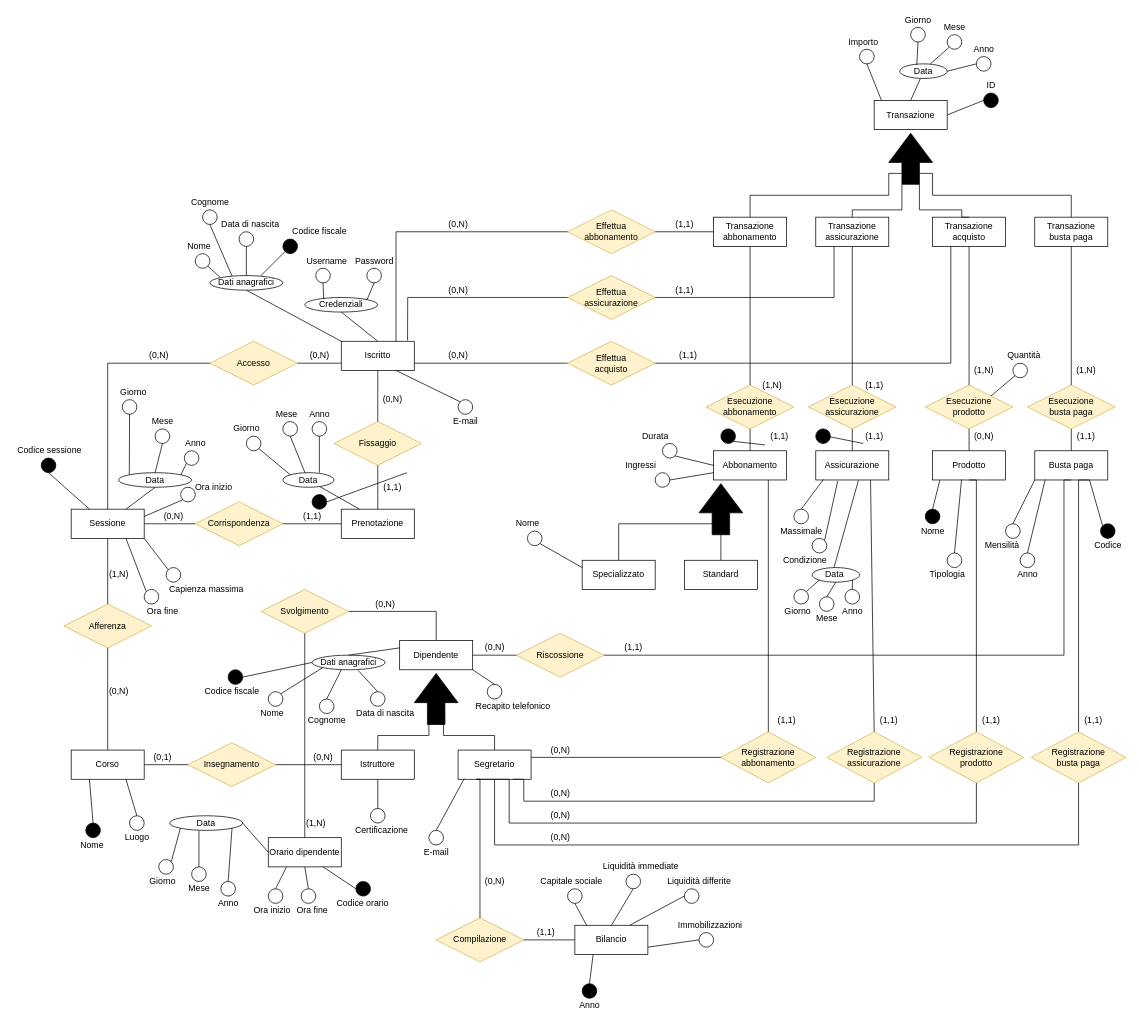
Above: Diagrammi ER/ER.drawio in DavideNunin/anconarockclimb (draw.io), before the change. Source tidied: cells renumbered, new cells numbered last; positions are measured from the earlier drawing's top-left corner, leaving out a move shared by most shapes. Both pictures are drawn from the tidied source at 73%, with x=0, y=0 at pixel (12, 12).
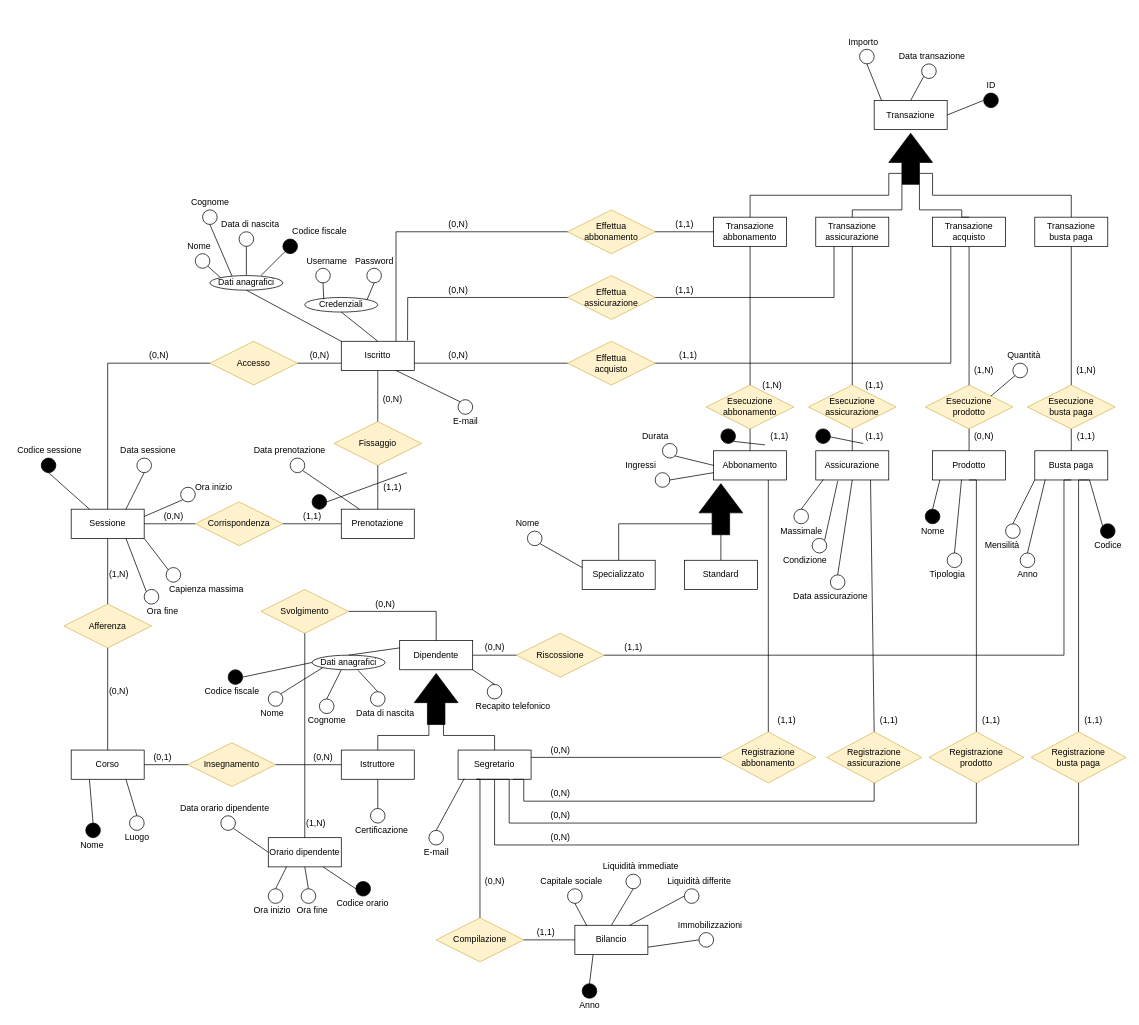
The same diagram, later.

The change refers to these unchanged cells:
```xml
<mxCell id="9" value="Sessione" style="whiteSpace=wrap;html=1;align=center;" parent="1" vertex="1">
  <mxGeometry x="80" y="680" width="100" height="40" as="geometry" />
</mxCell>
<mxCell id="14" value="Prenotazione" style="whiteSpace=wrap;html=1;align=center;" parent="1" vertex="1">
  <mxGeometry x="450" y="680" width="100" height="40" as="geometry" />
</mxCell>
<mxCell id="22" value="Transazione" style="whiteSpace=wrap;html=1;align=center;" parent="1" vertex="1">
  <mxGeometry x="1180" y="120" width="100" height="40" as="geometry" />
</mxCell>
<mxCell id="35" value="Assicurazione" style="whiteSpace=wrap;html=1;align=center;" parent="1" vertex="1">
  <mxGeometry x="1100" y="600" width="100" height="40" as="geometry" />
</mxCell>
<mxCell id="67" value="Orario dipendente" style="whiteSpace=wrap;html=1;align=center;" parent="1" vertex="1">
  <mxGeometry x="350" y="1130" width="100" height="40" as="geometry" />
</mxCell>
```

Change to the diagram source:
```diff
@@
-    <mxCell id="93" style="ellipse;whiteSpace=wrap;html=1;glass=0;" parent="1" vertex="1">
-      <mxGeometry x="150" y="530" width="20" height="20" as="geometry" />
-    </mxCell>
@@
-    <mxCell id="100" value="Giorno" style="text;html=1;align=center;verticalAlign=middle;strokeColor=none;fillColor=none;" parent="1" vertex="1">
-      <mxGeometry x="140" y="510" width="50" height="20" as="geometry" />
-    </mxCell>
@@
-    <mxCell id="103" style="ellipse;whiteSpace=wrap;html=1;glass=0;" parent="1" vertex="1">
-      <mxGeometry x="235" y="600" width="20" height="20" as="geometry" />
-    </mxCell>
     <mxCell id="104" style="ellipse;whiteSpace=wrap;html=1;glass=0;" parent="1" vertex="1">
-      <mxGeometry x="195" y="570" width="20" height="20" as="geometry" />
+      <mxGeometry x="170" y="610" width="20" height="20" as="geometry" />
     </mxCell>
-    <mxCell id="105" value="Mese" style="text;html=1;align=center;verticalAlign=middle;strokeColor=none;fillColor=none;" parent="1" vertex="1">
-      <mxGeometry x="180" y="550" width="50" height="20" as="geometry" />
-    </mxCell>
-    <mxCell id="106" value="Anno" style="text;html=1;align=center;verticalAlign=middle;strokeColor=none;fillColor=none;" parent="1" vertex="1">
-      <mxGeometry x="230" y="580" width="40" height="20" as="geometry" />
-    </mxCell>
@@
     <mxCell id="117" style="ellipse;whiteSpace=wrap;html=1;glass=0;" parent="1" vertex="1">
-      <mxGeometry x="285" y="1190" width="20" height="20" as="geometry" />
+      <mxGeometry x="285" y="1100" width="20" height="20" as="geometry" />
     </mxCell>
-    <mxCell id="118" style="ellipse;whiteSpace=wrap;html=1;glass=0;" parent="1" vertex="1">
-      <mxGeometry x="245" y="1170" width="20" height="20" as="geometry" />
-    </mxCell>
-    <mxCell id="119" style="ellipse;whiteSpace=wrap;html=1;glass=0;" parent="1" vertex="1">
-      <mxGeometry x="200" y="1160" width="20" height="20" as="geometry" />
-    </mxCell>
@@
-    <mxCell id="125" value="Data" style="ellipse;whiteSpace=wrap;html=1;align=center;glass=0;" parent="1" vertex="1">
-      <mxGeometry x="145" y="630" width="100" height="20" as="geometry" />
-    </mxCell>
-    <mxCell id="126" style="endArrow=none;html=1;rounded=0;entryX=0.75;entryY=0;entryDx=0;entryDy=0;exitX=0.5;exitY=1;exitDx=0;exitDy=0;" parent="1" edge="1" source="125" target="9">
+    <mxCell id="126" style="endArrow=none;html=1;rounded=0;entryX=0.75;entryY=0;entryDx=0;entryDy=0;exitX=0.5;exitY=1;exitDx=0;exitDy=0;" parent="1" edge="1" source="104" target="9">
       <mxGeometry relative="1" as="geometry" />
     </mxCell>
-    <mxCell id="127" style="endArrow=none;html=1;rounded=0;entryX=0.5;entryY=1;entryDx=0;entryDy=0;exitX=0;exitY=0;exitDx=0;exitDy=0;" parent="1" edge="1" source="125" target="93">
-      <mxGeometry relative="1" as="geometry" />
-    </mxCell>
-    <mxCell id="128" style="endArrow=none;html=1;rounded=0;entryX=0.5;entryY=1;entryDx=0;entryDy=0;exitX=0.5;exitY=0;exitDx=0;exitDy=0;" parent="1" edge="1" source="125" target="104">
-      <mxGeometry relative="1" as="geometry" />
-    </mxCell>
-    <mxCell id="129" style="endArrow=none;html=1;rounded=0;entryX=0;entryY=1;entryDx=0;entryDy=0;exitX=1;exitY=0;exitDx=0;exitDy=0;" parent="1" edge="1" source="125" target="103">
-      <mxGeometry relative="1" as="geometry" />
-    </mxCell>
-    <mxCell id="130" value="Data" style="ellipse;whiteSpace=wrap;html=1;align=center;glass=0;" parent="1" vertex="1">
-      <mxGeometry x="215" y="1100" width="100" height="20" as="geometry" />
-    </mxCell>
-    <mxCell id="131" style="endArrow=none;html=1;rounded=0;entryX=1;entryY=0.5;entryDx=0;entryDy=0;exitX=0;exitY=0.5;exitDx=0;exitDy=0;" parent="1" edge="1" source="67" target="130">
+    <mxCell id="131" style="endArrow=none;html=1;rounded=0;entryX=1;entryY=1;entryDx=0;entryDy=0;exitX=0;exitY=0.5;exitDx=0;exitDy=0;" parent="1" edge="1" source="67" target="117">
       <mxGeometry relative="1" as="geometry" />
     </mxCell>
-    <mxCell id="132" value="Giorno" style="text;html=1;align=center;verticalAlign=middle;strokeColor=none;fillColor=none;" parent="1" vertex="1">
-      <mxGeometry x="180" y="1180" width="50" height="20" as="geometry" />
-    </mxCell>
-    <mxCell id="133" value="Mese" style="text;html=1;align=center;verticalAlign=middle;strokeColor=none;fillColor=none;" parent="1" vertex="1">
-      <mxGeometry x="230" y="1190" width="50" height="20" as="geometry" />
-    </mxCell>
-    <mxCell id="134" value="Anno" style="text;html=1;align=center;verticalAlign=middle;strokeColor=none;fillColor=none;" parent="1" vertex="1">
-      <mxGeometry x="275" y="1210" width="40" height="20" as="geometry" />
-    </mxCell>
-    <mxCell id="135" style="endArrow=none;html=1;rounded=0;entryX=1;entryY=1;entryDx=0;entryDy=0;exitX=0.5;exitY=0;exitDx=0;exitDy=0;" parent="1" edge="1" source="117" target="130">
-      <mxGeometry relative="1" as="geometry" />
-    </mxCell>
-    <mxCell id="136" style="endArrow=none;html=1;rounded=0;entryX=0.5;entryY=0;entryDx=0;entryDy=0;exitX=0.4;exitY=1;exitDx=0;exitDy=0;exitPerimeter=0;" parent="1" edge="1" source="130" target="118">
-      <mxGeometry relative="1" as="geometry" />
-    </mxCell>
-    <mxCell id="137" style="endArrow=none;html=1;rounded=0;entryX=1;entryY=0;entryDx=0;entryDy=0;exitX=0;exitY=1;exitDx=0;exitDy=0;" parent="1" edge="1" source="130" target="119">
-      <mxGeometry relative="1" as="geometry" />
-    </mxCell>
@@
-    <mxCell id="185" style="endArrow=none;html=1;rounded=0;exitX=0.5;exitY=0;exitDx=0;exitDy=0;entryX=0.584;entryY=1.008;entryDx=0;entryDy=0;entryPerimeter=0;" parent="1" edge="1" target="35">
-      <mxGeometry relative="1" as="geometry">
-        <mxPoint x="1125" y="760" as="sourcePoint" />
-      </mxGeometry>
-    </mxCell>
@@
-    <mxCell id="199" style="ellipse;whiteSpace=wrap;html=1;glass=0;" parent="1" vertex="1">
-      <mxGeometry x="1230" y="20" width="20" height="20" as="geometry" />
-    </mxCell>
     <mxCell id="200" style="ellipse;whiteSpace=wrap;html=1;glass=0;" parent="1" vertex="1">
-      <mxGeometry x="1280" y="30" width="20" height="20" as="geometry" />
+      <mxGeometry x="1245" y="70" width="20" height="20" as="geometry" />
     </mxCell>
-    <mxCell id="201" style="ellipse;whiteSpace=wrap;html=1;glass=0;" parent="1" vertex="1">
-      <mxGeometry x="1320" y="60" width="20" height="20" as="geometry" />
-    </mxCell>
@@
-    <mxCell id="205" value="Data" style="ellipse;whiteSpace=wrap;html=1;align=center;glass=0;" parent="1" vertex="1">
-      <mxGeometry x="1215" y="70" width="65" height="20" as="geometry" />
-    </mxCell>
-    <mxCell id="206" style="endArrow=none;html=1;rounded=0;exitX=0.5;exitY=0;exitDx=0;exitDy=0;" parent="1" edge="1" source="22" target="205">
+    <mxCell id="206" style="endArrow=none;html=1;rounded=0;exitX=0.5;exitY=0;exitDx=0;exitDy=0;entryX=0;entryY=1;entryDx=0;entryDy=0;" parent="1" edge="1" source="22" target="200">
       <mxGeometry relative="1" as="geometry" />
     </mxCell>
-    <mxCell id="207" value="Giorno" style="text;html=1;align=center;verticalAlign=middle;strokeColor=none;fillColor=none;" parent="1" vertex="1">
-      <mxGeometry x="1215" width="50" height="20" as="geometry" />
-    </mxCell>
-    <mxCell id="208" style="endArrow=none;html=1;rounded=0;exitX=0.36;exitY=0.056;exitDx=0;exitDy=0;entryX=0.5;entryY=1;entryDx=0;entryDy=0;exitPerimeter=0;" parent="1" edge="1" source="205" target="199">
-      <mxGeometry relative="1" as="geometry" />
-    </mxCell>
-    <mxCell id="209" value="Mese" style="text;html=1;align=center;verticalAlign=middle;strokeColor=none;fillColor=none;" parent="1" vertex="1">
-      <mxGeometry x="1265" y="10" width="50" height="20" as="geometry" />
-    </mxCell>
-    <mxCell id="210" style="endArrow=none;html=1;rounded=0;exitX=0.642;exitY=0.01;exitDx=0;exitDy=0;entryX=0;entryY=1;entryDx=0;entryDy=0;exitPerimeter=0;" parent="1" edge="1" source="205" target="200">
-      <mxGeometry relative="1" as="geometry" />
-    </mxCell>
-    <mxCell id="211" value="Anno" style="text;html=1;align=center;verticalAlign=middle;strokeColor=none;fillColor=none;" parent="1" vertex="1">
-      <mxGeometry x="1310" y="40" width="40" height="20" as="geometry" />
-    </mxCell>
-    <mxCell id="212" style="endArrow=none;html=1;rounded=0;exitX=1;exitY=0.5;exitDx=0;exitDy=0;entryX=0;entryY=0.5;entryDx=0;entryDy=0;" parent="1" edge="1" source="205" target="201">
-      <mxGeometry relative="1" as="geometry" />
-    </mxCell>
@@
-    <mxCell id="215" style="endArrow=none;html=1;rounded=0;entryX=0.25;entryY=0;entryDx=0;entryDy=0;exitX=1;exitY=1;exitDx=0;exitDy=0;" parent="1" edge="1" target="14">
-      <mxGeometry relative="1" as="geometry">
-        <mxPoint x="417.1" y="647.1" as="sourcePoint" />
-      </mxGeometry>
+    <mxCell id="215" style="endArrow=none;html=1;rounded=0;entryX=0.25;entryY=0;entryDx=0;entryDy=0;exitX=1;exitY=1;exitDx=0;exitDy=0;" parent="1" edge="1" source="279" target="14">
+      <mxGeometry relative="1" as="geometry" />
     </mxCell>
@@
-    <mxCell id="266" value="Data&amp;nbsp;" style="ellipse;whiteSpace=wrap;html=1;align=center;glass=0;" parent="1" vertex="1">
-      <mxGeometry x="1095" y="760" width="65" height="20" as="geometry" />
-    </mxCell>
-    <mxCell id="267" style="ellipse;whiteSpace=wrap;html=1;glass=0;" parent="1" vertex="1">
-      <mxGeometry x="1105" y="800" width="20" height="20" as="geometry" />
-    </mxCell>
     <mxCell id="268" style="ellipse;whiteSpace=wrap;html=1;glass=0;" parent="1" vertex="1">
-      <mxGeometry x="1140" y="790" width="20" height="20" as="geometry" />
+      <mxGeometry x="1120" y="770" width="20" height="20" as="geometry" />
     </mxCell>
-    <mxCell id="269" style="ellipse;whiteSpace=wrap;html=1;glass=0;" parent="1" vertex="1">
-      <mxGeometry x="1070" y="790" width="20" height="20" as="geometry" />
-    </mxCell>
-    <mxCell id="270" value="Giorno" style="text;html=1;align=center;verticalAlign=middle;strokeColor=none;fillColor=none;" parent="1" vertex="1">
-      <mxGeometry x="1050" y="810" width="50" height="20" as="geometry" />
-    </mxCell>
-    <mxCell id="271" value="Mese" style="text;html=1;align=center;verticalAlign=middle;strokeColor=none;fillColor=none;" parent="1" vertex="1">
-      <mxGeometry x="1090" y="820" width="50" height="20" as="geometry" />
-    </mxCell>
-    <mxCell id="272" value="Anno" style="text;html=1;align=center;verticalAlign=middle;strokeColor=none;fillColor=none;" parent="1" vertex="1">
-      <mxGeometry x="1130" y="810" width="40" height="20" as="geometry" />
+    <mxCell id="272" value="Data assicurazione" style="text;html=1;align=center;verticalAlign=middle;strokeColor=none;fillColor=none;" parent="1" vertex="1">
+      <mxGeometry x="1060" y="790" width="120" height="20" as="geometry" />
     </mxCell>
-    <mxCell id="273" style="endArrow=none;html=1;rounded=0;exitX=1;exitY=0;exitDx=0;exitDy=0;entryX=0;entryY=1;entryDx=0;entryDy=0;" parent="1" edge="1" source="269" target="266">
-      <mxGeometry relative="1" as="geometry" />
-    </mxCell>
-    <mxCell id="274" style="endArrow=none;html=1;rounded=0;exitX=0.5;exitY=0;exitDx=0;exitDy=0;entryX=0.5;entryY=1;entryDx=0;entryDy=0;" parent="1" edge="1" source="267" target="266">
-      <mxGeometry relative="1" as="geometry" />
-    </mxCell>
-    <mxCell id="275" style="endArrow=none;html=1;rounded=0;exitX=0.5;exitY=0;exitDx=0;exitDy=0;entryX=1;entryY=1;entryDx=0;entryDy=0;" parent="1" edge="1" source="268" target="266">
+    <mxCell id="275" style="endArrow=none;html=1;rounded=0;exitX=0.5;exitY=0;exitDx=0;exitDy=0;entryX=0.5;entryY=1;entryDx=0;entryDy=0;" parent="1" edge="1" source="268" target="35">
       <mxGeometry relative="1" as="geometry" />
     </mxCell>
-    <mxCell id="276" value="Data" style="ellipse;whiteSpace=wrap;html=1;align=center;glass=0;" parent="1" vertex="1">
-      <mxGeometry x="370" y="630" width="70" height="20" as="geometry" />
-    </mxCell>
-    <mxCell id="277" style="ellipse;whiteSpace=wrap;html=1;glass=0;" parent="1" vertex="1">
-      <mxGeometry x="410" y="560" width="20" height="20" as="geometry" />
-    </mxCell>
-    <mxCell id="278" style="ellipse;whiteSpace=wrap;html=1;glass=0;" parent="1" vertex="1">
-      <mxGeometry x="370" y="560" width="20" height="20" as="geometry" />
-    </mxCell>
     <mxCell id="279" style="ellipse;whiteSpace=wrap;html=1;glass=0;" parent="1" vertex="1">
-      <mxGeometry x="320" y="580" width="20" height="20" as="geometry" />
+      <mxGeometry x="380" y="610" width="20" height="20" as="geometry" />
     </mxCell>
-    <mxCell id="280" value="Giorno" style="text;html=1;align=center;verticalAlign=middle;strokeColor=none;fillColor=none;" parent="1" vertex="1">
-      <mxGeometry x="295" y="560" width="50" height="20" as="geometry" />
+    <mxCell id="280" value="Data prenotazione" style="text;html=1;align=center;verticalAlign=middle;strokeColor=none;fillColor=none;" parent="1" vertex="1">
+      <mxGeometry x="324" y="590" width="110" height="20" as="geometry" />
     </mxCell>
-    <mxCell id="281" value="Mese" style="text;html=1;align=center;verticalAlign=middle;strokeColor=none;fillColor=none;" parent="1" vertex="1">
-      <mxGeometry x="350" y="540" width="50" height="20" as="geometry" />
-    </mxCell>
-    <mxCell id="282" value="Anno" style="text;html=1;align=center;verticalAlign=middle;strokeColor=none;fillColor=none;" parent="1" vertex="1">
-      <mxGeometry x="400" y="540" width="40" height="20" as="geometry" />
-    </mxCell>
-    <mxCell id="283" style="endArrow=none;html=1;rounded=0;entryX=0;entryY=0;entryDx=0;entryDy=0;exitX=1;exitY=1;exitDx=0;exitDy=0;" parent="1" edge="1" source="279" target="276">
-      <mxGeometry relative="1" as="geometry" />
-    </mxCell>
-    <mxCell id="284" style="endArrow=none;html=1;rounded=0;entryX=0.714;entryY=0;entryDx=0;entryDy=0;exitX=0.5;exitY=1;exitDx=0;exitDy=0;entryPerimeter=0;" parent="1" edge="1" source="277" target="276">
-      <mxGeometry relative="1" as="geometry" />
-    </mxCell>
-    <mxCell id="285" style="endArrow=none;html=1;rounded=0;entryX=0.433;entryY=0.005;entryDx=0;entryDy=0;exitX=0.5;exitY=1;exitDx=0;exitDy=0;entryPerimeter=0;" parent="1" edge="1" source="278" target="276">
-      <mxGeometry relative="1" as="geometry" />
-    </mxCell>
@@
+    <mxCell id="318" value="Data sessione" style="text;html=1;align=center;verticalAlign=middle;strokeColor=none;fillColor=none;" parent="1" vertex="1">
+      <mxGeometry x="140" y="590" width="90" height="20" as="geometry" />
+    </mxCell>
+    <mxCell id="319" value="Data orario dipendente" style="text;html=1;align=center;verticalAlign=middle;strokeColor=none;fillColor=none;" parent="1" vertex="1">
+      <mxGeometry x="220" y="1080" width="140" height="20" as="geometry" />
+    </mxCell>
+    <mxCell id="320" value="Data transazione" style="text;html=1;align=center;verticalAlign=middle;strokeColor=none;fillColor=none;" parent="1" vertex="1">
+      <mxGeometry x="1204" y="50" width="110" height="20" as="geometry" />
+    </mxCell>
```
